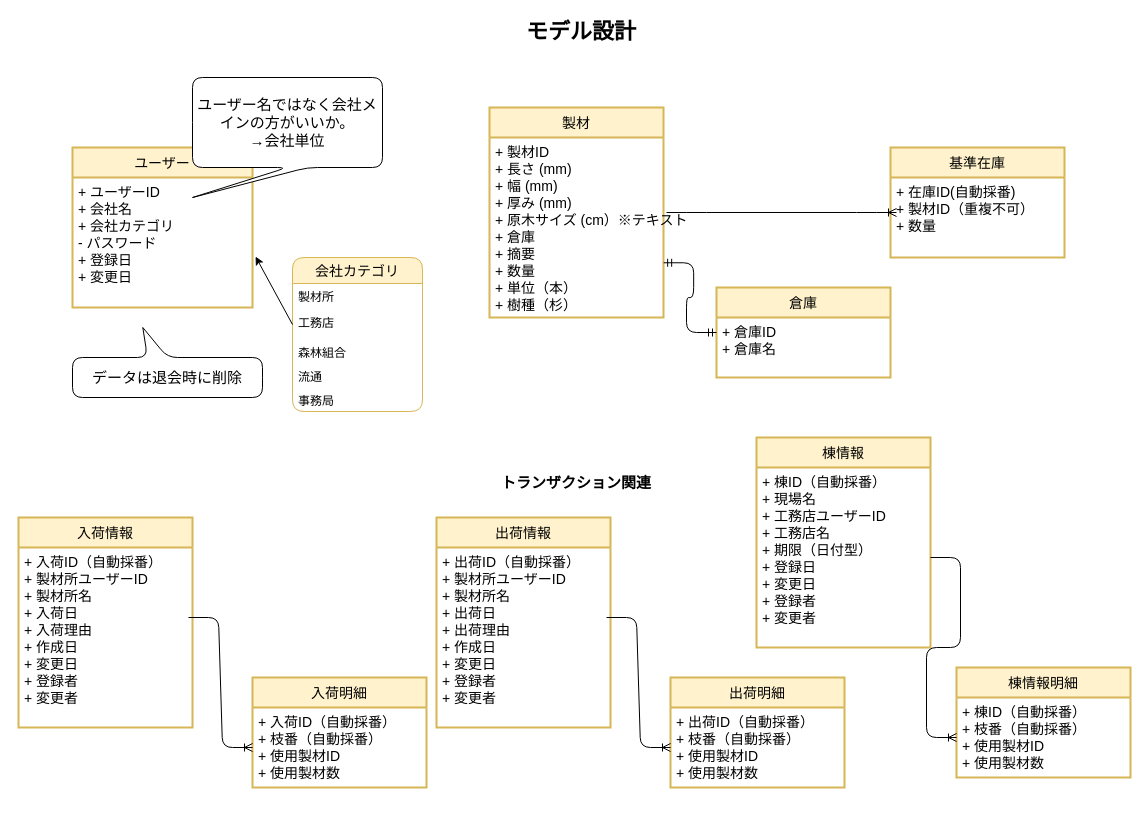
sutefu23/yame-supply keeps this draw.io diagram as document/2.モデル図.dio. Above is the earlier version. Source tidied: cells renumbered, new cells numbered last; positions are measured from the earlier drawing's top-left corner, leaving out a move shared by most shapes. Both pictures are drawn from the tidied source at 100%, with x=0, y=0 at pixel (18, 17).
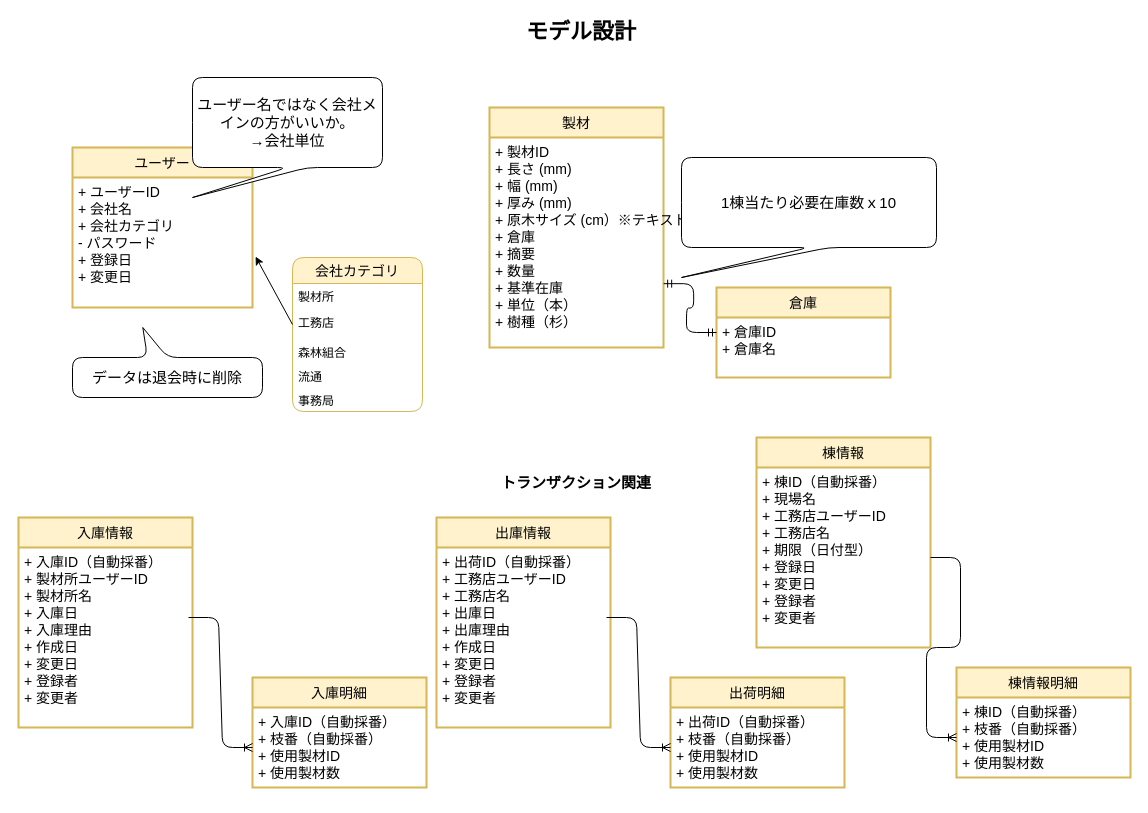
The same page after the edit.

The edit, as a diff of the source:
```diff
@@
     <mxCell id="4" value="製材" style="swimlane;horizontal=1;startSize=30;rounded=0;fontSize=14;fontStyle=0;strokeWidth=2;shadow=0;dashed=0;align=center;fillColor=#fff2cc;strokeColor=#d6b656;" parent="1" vertex="1">
-      <mxGeometry x="471" y="90" width="174" height="210" as="geometry" />
+      <mxGeometry x="471" y="90" width="174" height="240" as="geometry" />
     </mxCell>
-    <mxCell id="5" value="+ 製材ID&#10;+ 長さ (mm)&#10;+ 幅 (mm)&#10;+ 厚み (mm)&#10;+ 原木サイズ (cm）※テキスト&#10;+ 倉庫&#10;+ 摘要&#10;+ 数量&#10;+ 単位（本）&#10;+ 樹種（杉）" style="align=left;strokeColor=none;fillColor=none;spacingLeft=4;fontSize=14;verticalAlign=top;" parent="4" vertex="1">
-      <mxGeometry y="30" width="174" height="180" as="geometry" />
+    <mxCell id="5" value="+ 製材ID&#10;+ 長さ (mm)&#10;+ 幅 (mm)&#10;+ 厚み (mm)&#10;+ 原木サイズ (cm）※テキスト&#10;+ 倉庫&#10;+ 摘要&#10;+ 数量&#10;+ 基準在庫&#10;+ 単位（本）&#10;+ 樹種（杉）" style="align=left;strokeColor=none;fillColor=none;spacingLeft=4;fontSize=14;verticalAlign=top;" parent="4" vertex="1">
+      <mxGeometry y="30" width="174" height="210" as="geometry" />
     </mxCell>
@@
-    <mxCell id="22" value="基準在庫" style="swimlane;horizontal=1;startSize=30;rounded=0;fontSize=14;fontStyle=0;strokeWidth=2;shadow=0;dashed=0;align=center;fillColor=#fff2cc;strokeColor=#d6b656;" parent="1" vertex="1">
-      <mxGeometry x="872" y="130" width="174" height="110" as="geometry" />
-    </mxCell>
-    <mxCell id="23" value="+ 在庫ID(自動採番)&#10;+ 製材ID（重複不可）&#10;+ 数量" style="align=left;strokeColor=none;fillColor=none;spacingLeft=4;fontSize=14;verticalAlign=top;" parent="22" vertex="1">
-      <mxGeometry y="30" width="174" height="80" as="geometry" />
-    </mxCell>
-    <mxCell id="24" style="edgeStyle=entityRelationEdgeStyle;fontSize=12;html=1;endArrow=ERoneToMany;" parent="1" edge="1">
-      <mxGeometry relative="1" as="geometry">
-        <mxPoint x="648" y="195" as="sourcePoint" />
-        <mxPoint x="878" y="195" as="targetPoint" />
-      </mxGeometry>
-    </mxCell>
@@
-    <mxCell id="30" value="入荷情報" style="swimlane;horizontal=1;startSize=30;rounded=0;fontSize=14;fontStyle=0;strokeWidth=2;shadow=0;dashed=0;align=center;fillColor=#fff2cc;strokeColor=#d6b656;" parent="1" vertex="1">
+    <mxCell id="30" value="入庫情報" style="swimlane;horizontal=1;startSize=30;rounded=0;fontSize=14;fontStyle=0;strokeWidth=2;shadow=0;dashed=0;align=center;fillColor=#fff2cc;strokeColor=#d6b656;" parent="1" vertex="1">
       <mxGeometry y="500" width="174" height="210" as="geometry" />
     </mxCell>
@@
-    <mxCell id="32" value="+ 入荷ID（自動採番）&#10;+ 製材所ユーザーID&#10;+ 製材所名&#10;+ 入荷日&#10;+ 入荷理由&#10;+ 作成日&#10;+ 変更日&#10;+ 登録者&#10;+ 変更者" style="align=left;strokeColor=none;fillColor=none;spacingLeft=4;fontSize=14;verticalAlign=top;" parent="30" vertex="1">
+    <mxCell id="32" value="+ 入庫ID（自動採番）&#10;+ 製材所ユーザーID&#10;+ 製材所名&#10;+ 入庫日&#10;+ 入庫理由&#10;+ 作成日&#10;+ 変更日&#10;+ 登録者&#10;+ 変更者" style="align=left;strokeColor=none;fillColor=none;spacingLeft=4;fontSize=14;verticalAlign=top;" parent="30" vertex="1">
       <mxGeometry y="30" width="174" height="180" as="geometry" />
     </mxCell>
-    <mxCell id="33" value="入荷明細" style="swimlane;horizontal=1;startSize=30;rounded=0;fontSize=14;fontStyle=0;strokeWidth=2;shadow=0;dashed=0;align=center;fillColor=#fff2cc;strokeColor=#d6b656;" parent="1" vertex="1">
+    <mxCell id="33" value="入庫明細" style="swimlane;horizontal=1;startSize=30;rounded=0;fontSize=14;fontStyle=0;strokeWidth=2;shadow=0;dashed=0;align=center;fillColor=#fff2cc;strokeColor=#d6b656;" parent="1" vertex="1">
       <mxGeometry x="234" y="660" width="174" height="110" as="geometry" />
     </mxCell>
@@
-    <mxCell id="35" value="+ 入荷ID（自動採番）&#10;+ 枝番（自動採番）&#10;+ 使用製材ID&#10;+ 使用製材数&#10;" style="align=left;strokeColor=none;fillColor=none;spacingLeft=4;fontSize=14;verticalAlign=top;" parent="33" vertex="1">
+    <mxCell id="35" value="+ 入庫ID（自動採番）&#10;+ 枝番（自動採番）&#10;+ 使用製材ID&#10;+ 使用製材数&#10;" style="align=left;strokeColor=none;fillColor=none;spacingLeft=4;fontSize=14;verticalAlign=top;" parent="33" vertex="1">
       <mxGeometry y="30" width="174" height="80" as="geometry" />
     </mxCell>
@@
-    <mxCell id="37" value="出荷情報" style="swimlane;horizontal=1;startSize=30;rounded=0;fontSize=14;fontStyle=0;strokeWidth=2;shadow=0;dashed=0;align=center;fillColor=#fff2cc;strokeColor=#d6b656;" parent="1" vertex="1">
+    <mxCell id="37" value="出庫情報" style="swimlane;horizontal=1;startSize=30;rounded=0;fontSize=14;fontStyle=0;strokeWidth=2;shadow=0;dashed=0;align=center;fillColor=#fff2cc;strokeColor=#d6b656;" parent="1" vertex="1">
       <mxGeometry x="418" y="500" width="174" height="210" as="geometry" />
     </mxCell>
@@
-    <mxCell id="39" value="+ 出荷ID（自動採番）&#10;+ 製材所ユーザーID&#10;+ 製材所名&#10;+ 出荷日&#10;+ 出荷理由&#10;+ 作成日&#10;+ 変更日&#10;+ 登録者&#10;+ 変更者" style="align=left;strokeColor=none;fillColor=none;spacingLeft=4;fontSize=14;verticalAlign=top;" parent="37" vertex="1">
+    <mxCell id="39" value="+ 出荷ID（自動採番）&#10;+ 工務店ユーザーID&#10;+ 工務店名&#10;+ 出庫日&#10;+ 出庫理由&#10;+ 作成日&#10;+ 変更日&#10;+ 登録者&#10;+ 変更者" style="align=left;strokeColor=none;fillColor=none;spacingLeft=4;fontSize=14;verticalAlign=top;" parent="37" vertex="1">
       <mxGeometry y="30" width="174" height="180" as="geometry" />
     </mxCell>
@@
+    <mxCell id="44" value="1棟当たり必要在庫数ｘ10" style="shape=callout;whiteSpace=wrap;html=1;perimeter=calloutPerimeter;rounded=1;fontSize=15;position2=0;" parent="1" vertex="1">
+      <mxGeometry x="663" y="140" width="255" height="120" as="geometry" />
+    </mxCell>
```
